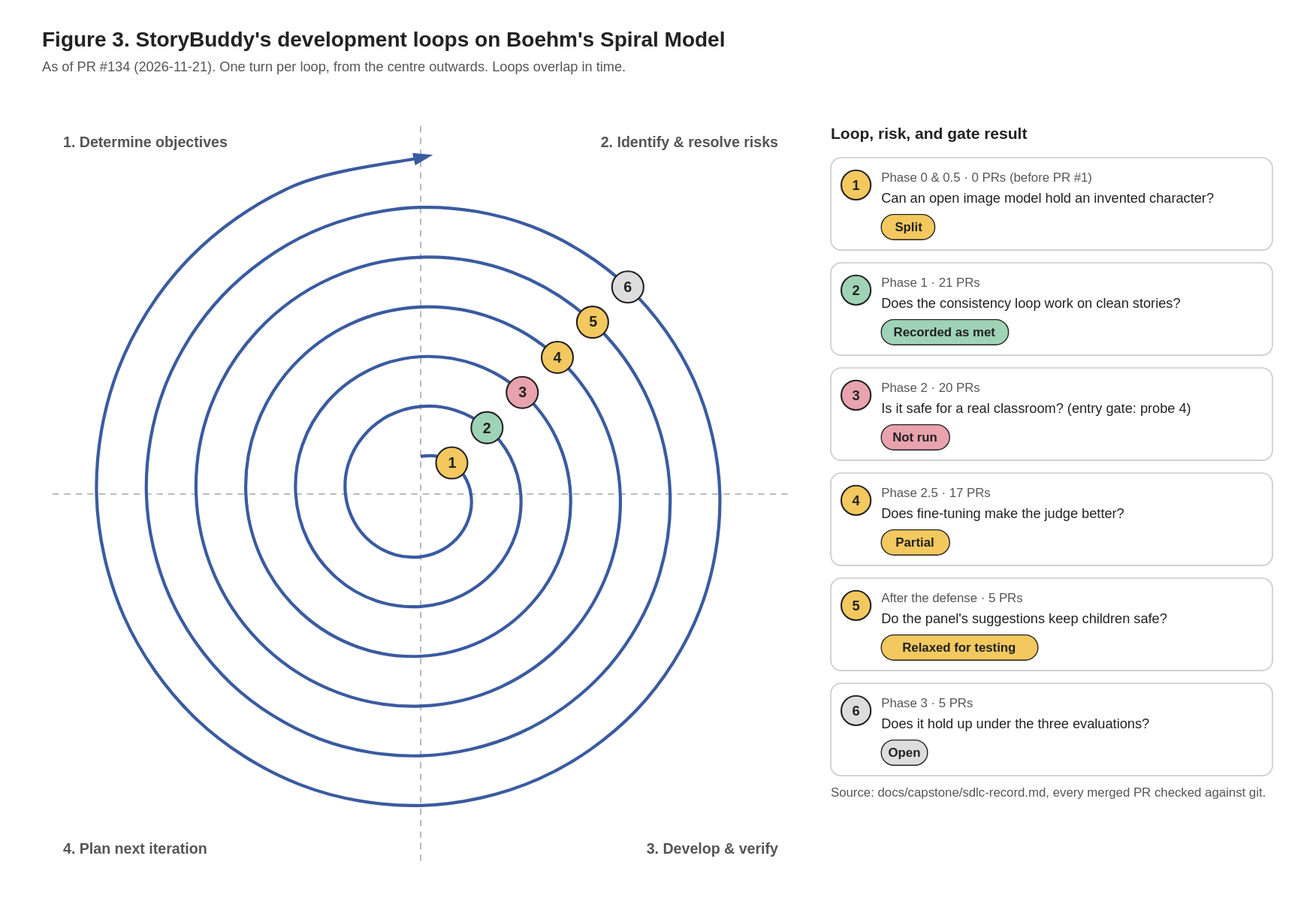
Before: docs/diagrams/drawio/sdlc_spiral.drawio.svg, a diagram exported from draw.io (Hanseooo/story-buddy). Source tidied: cells renumbered, new cells last; positions are measured from the earlier drawing's top-left corner, leaving out a move shared by most shapes. Its diagram source:
```xml
<mxGraphModel background="#ffffff">
  <root>
    <mxCell id="0" />
    <mxCell id="1" parent="0" />
    <mxCell id="2" value="&lt;b&gt;Figure 3. StoryBuddy&amp;#x27;s development loops on Boehm&amp;#x27;s Spiral Model&lt;/b&gt;&lt;br&gt;As of PR #134 (2026-11-21). One turn per loop, from the centre outwards. Loops overlap in time." style="text;html=1;fontFamily=Helvetica;strokeColor=none;fillColor=none;whiteSpace=wrap;fontSize=14;align=left;verticalAlign=top;" parent="1" vertex="1">
      <mxGeometry width="760" height="52" as="geometry" />
    </mxCell>
    <mxCell id="3" style="endArrow=none;dashed=1;strokeColor=#BBBBBB;strokeWidth=1.5;" parent="1" edge="1">
      <mxGeometry relative="1" as="geometry">
        <mxPoint x="10" y="446" as="sourcePoint" />
        <mxPoint x="710" y="446" as="targetPoint" />
      </mxGeometry>
    </mxCell>
    <mxCell id="4" style="endArrow=none;dashed=1;strokeColor=#BBBBBB;strokeWidth=1.5;" parent="1" edge="1">
      <mxGeometry relative="1" as="geometry">
        <mxPoint x="360" y="96" as="sourcePoint" />
        <mxPoint x="360" y="796" as="targetPoint" />
      </mxGeometry>
    </mxCell>
    <mxCell id="5" value="&lt;b&gt;1. Determine objectives&lt;/b&gt;" style="text;html=1;fontFamily=Helvetica;strokeColor=none;fillColor=none;whiteSpace=wrap;fontSize=14;fontColor=#555555;align=left;" parent="1" vertex="1">
      <mxGeometry x="20" y="100" width="240" height="22" as="geometry" />
    </mxCell>
    <mxCell id="6" value="&lt;b&gt;2. Identify &amp;amp; resolve risks&lt;/b&gt;" style="text;html=1;fontFamily=Helvetica;strokeColor=none;fillColor=none;whiteSpace=wrap;fontSize=14;fontColor=#555555;align=right;" parent="1" vertex="1">
      <mxGeometry x="460" y="100" width="240" height="22" as="geometry" />
    </mxCell>
    <mxCell id="7" value="&lt;b&gt;3. Develop &amp;amp; verify&lt;/b&gt;" style="text;html=1;fontFamily=Helvetica;strokeColor=none;fillColor=none;whiteSpace=wrap;fontSize=14;fontColor=#555555;align=right;" parent="1" vertex="1">
      <mxGeometry x="460" y="772" width="240" height="22" as="geometry" />
    </mxCell>
    <mxCell id="8" value="&lt;b&gt;4. Plan next iteration&lt;/b&gt;" style="text;html=1;fontFamily=Helvetica;strokeColor=none;fillColor=none;whiteSpace=wrap;fontSize=14;fontColor=#555555;align=left;" parent="1" vertex="1">
      <mxGeometry x="20" y="772" width="240" height="22" as="geometry" />
    </mxCell>
    <mxCell id="9" style="curved=1;endArrow=block;endFill=1;strokeColor=#3A5BA0;strokeWidth=3;" parent="1" edge="1">
      <mxGeometry relative="1" as="geometry">
        <mxPoint x="360" y="410" as="sourcePoint" />
        <mxPoint x="360" y="126" as="targetPoint" />
        <Array as="points">
          <mxPoint x="375" y="410" />
          <mxPoint x="390" y="416" />
          <mxPoint x="401" y="429" />
          <mxPoint x="408" y="446" />
          <mxPoint x="407" y="465" />
          <mxPoint x="398" y="484" />
          <mxPoint x="382" y="498" />
          <mxPoint x="360" y="506" />
          <mxPoint x="336" y="504" />
          <mxPoint x="314" y="492" />
          <mxPoint x="297" y="472" />
          <mxPoint x="288" y="446" />
          <mxPoint x="291" y="418" />
          <mxPoint x="305" y="391" />
          <mxPoint x="329" y="372" />
          <mxPoint x="360" y="363" />
          <mxPoint x="393" y="366" />
          <mxPoint x="423" y="383" />
          <mxPoint x="445" y="411" />
          <mxPoint x="455" y="446" />
          <mxPoint x="451" y="484" />
          <mxPoint x="431" y="517" />
          <mxPoint x="400" y="542" />
          <mxPoint x="360" y="553" />
          <mxPoint x="318" y="548" />
          <mxPoint x="280" y="526" />
          <mxPoint x="253" y="490" />
          <mxPoint x="241" y="446" />
          <mxPoint x="247" y="399" />
          <mxPoint x="272" y="358" />
          <mxPoint x="311" y="328" />
          <mxPoint x="360" y="315" />
          <mxPoint x="411" y="323" />
          <mxPoint x="457" y="349" />
          <mxPoint x="489" y="393" />
          <mxPoint x="502" y="446" />
          <mxPoint x="494" y="502" />
          <mxPoint x="465" y="551" />
          <mxPoint x="418" y="586" />
          <mxPoint x="360" y="600" />
          <mxPoint x="300" y="591" />
          <mxPoint x="247" y="559" />
          <mxPoint x="209" y="508" />
          <mxPoint x="194" y="446" />
          <mxPoint x="204" y="381" />
          <mxPoint x="238" y="324" />
          <mxPoint x="293" y="284" />
          <mxPoint x="360" y="268" />
          <mxPoint x="429" y="279" />
          <mxPoint x="490" y="316" />
          <mxPoint x="533" y="374" />
          <mxPoint x="550" y="446" />
          <mxPoint x="538" y="520" />
          <mxPoint x="498" y="584" />
          <mxPoint x="436" y="630" />
          <mxPoint x="360" y="648" />
          <mxPoint x="282" y="635" />
          <mxPoint x="213" y="593" />
          <mxPoint x="165" y="527" />
          <mxPoint x="146" y="446" />
          <mxPoint x="160" y="363" />
          <mxPoint x="205" y="291" />
          <mxPoint x="275" y="241" />
          <mxPoint x="360" y="221" />
          <mxPoint x="447" y="235" />
          <mxPoint x="524" y="282" />
          <mxPoint x="576" y="356" />
          <mxPoint x="597" y="446" />
          <mxPoint x="582" y="538" />
          <mxPoint x="532" y="618" />
          <mxPoint x="454" y="673" />
          <mxPoint x="360" y="695" />
          <mxPoint x="264" y="679" />
          <mxPoint x="180" y="626" />
          <mxPoint x="122" y="545" />
          <mxPoint x="99" y="446" />
          <mxPoint x="116" y="345" />
          <mxPoint x="171" y="257" />
          <mxPoint x="257" y="197" />
          <mxPoint x="360" y="173" />
          <mxPoint x="465" y="191" />
          <mxPoint x="557" y="249" />
          <mxPoint x="620" y="338" />
          <mxPoint x="644" y="446" />
          <mxPoint x="626" y="556" />
          <mxPoint x="565" y="651" />
          <mxPoint x="472" y="717" />
          <mxPoint x="360" y="742" />
          <mxPoint x="245" y="723" />
          <mxPoint x="146" y="660" />
          <mxPoint x="78" y="563" />
          <mxPoint x="52" y="446" />
          <mxPoint x="73" y="327" />
          <mxPoint x="138" y="224" />
          <mxPoint x="239" y="153" />
        </Array>
      </mxGeometry>
    </mxCell>
    <mxCell id="10" value="&lt;b&gt;1&lt;/b&gt;" style="ellipse;html=1;fontFamily=Helvetica;fontSize=14;fillColor=#F2C85F;strokeColor=#222222;strokeWidth=1.5;" parent="1" vertex="1">
      <mxGeometry x="375" y="401" width="30" height="30" as="geometry" />
    </mxCell>
    <mxCell id="11" value="&lt;b&gt;2&lt;/b&gt;" style="ellipse;html=1;fontFamily=Helvetica;fontSize=14;fillColor=#9FD3B6;strokeColor=#222222;strokeWidth=1.5;" parent="1" vertex="1">
      <mxGeometry x="408" y="368" width="30" height="30" as="geometry" />
    </mxCell>
    <mxCell id="12" value="&lt;b&gt;3&lt;/b&gt;" style="ellipse;html=1;fontFamily=Helvetica;fontSize=14;fillColor=#E8A3AE;strokeColor=#222222;strokeWidth=1.5;" parent="1" vertex="1">
      <mxGeometry x="442" y="334" width="30" height="30" as="geometry" />
    </mxCell>
    <mxCell id="13" value="&lt;b&gt;4&lt;/b&gt;" style="ellipse;html=1;fontFamily=Helvetica;fontSize=14;fillColor=#F2C85F;strokeColor=#222222;strokeWidth=1.5;" parent="1" vertex="1">
      <mxGeometry x="475" y="301" width="30" height="30" as="geometry" />
    </mxCell>
    <mxCell id="14" value="&lt;b&gt;5&lt;/b&gt;" style="ellipse;html=1;fontFamily=Helvetica;fontSize=14;fillColor=#F2C85F;strokeColor=#222222;strokeWidth=1.5;" parent="1" vertex="1">
      <mxGeometry x="509" y="267" width="30" height="30" as="geometry" />
    </mxCell>
    <mxCell id="15" value="&lt;b&gt;6&lt;/b&gt;" style="ellipse;html=1;fontFamily=Helvetica;fontSize=14;fillColor=#DDDDDD;strokeColor=#222222;strokeWidth=1.5;" parent="1" vertex="1">
      <mxGeometry x="542" y="234" width="30" height="30" as="geometry" />
    </mxCell>
    <mxCell id="16" value="&lt;b&gt;Loop, risk, and gate result&lt;/b&gt;" style="text;html=1;fontFamily=Helvetica;strokeColor=none;fillColor=none;whiteSpace=wrap;fontSize=15;align=left;" parent="1" vertex="1">
      <mxGeometry x="750" y="90" width="420" height="24" as="geometry" />
    </mxCell>
    <mxCell id="17" value="&lt;b&gt;1&lt;/b&gt; &amp;nbsp;&lt;font color=&quot;#555555&quot;&gt;Phase 0 &amp;amp; 0.5 · 0 PRs (before PR #1)&lt;/font&gt;&lt;br&gt;Can an open image model hold an invented character?&lt;br&gt;&lt;b&gt;Gate: Split&lt;/b&gt;" style="rounded=1;arcSize=10;html=1;whiteSpace=wrap;fontFamily=Helvetica;fontSize=13;align=left;verticalAlign=top;spacingLeft=10;spacingTop=6;fillColor=#FFFFFF;strokeColor=#CCCCCC;" parent="1" vertex="1">
      <mxGeometry x="750" y="126" width="420" height="88" as="geometry" />
    </mxCell>
    <mxCell id="18" value="&lt;b&gt;2&lt;/b&gt; &amp;nbsp;&lt;font color=&quot;#555555&quot;&gt;Phase 1 · 21 PRs&lt;/font&gt;&lt;br&gt;Does the consistency loop work on clean stories?&lt;br&gt;&lt;b&gt;Gate: Recorded as met&lt;/b&gt;" style="rounded=1;arcSize=10;html=1;whiteSpace=wrap;fontFamily=Helvetica;fontSize=13;align=left;verticalAlign=top;spacingLeft=10;spacingTop=6;fillColor=#FFFFFF;strokeColor=#CCCCCC;" parent="1" vertex="1">
      <mxGeometry x="750" y="226" width="420" height="88" as="geometry" />
    </mxCell>
    <mxCell id="19" value="&lt;b&gt;3&lt;/b&gt; &amp;nbsp;&lt;font color=&quot;#555555&quot;&gt;Phase 2 · 20 PRs&lt;/font&gt;&lt;br&gt;Is it safe for a real classroom? (entry gate: probe 4)&lt;br&gt;&lt;b&gt;Gate: Not run&lt;/b&gt;" style="rounded=1;arcSize=10;html=1;whiteSpace=wrap;fontFamily=Helvetica;fontSize=13;align=left;verticalAlign=top;spacingLeft=10;spacingTop=6;fillColor=#FFFFFF;strokeColor=#CCCCCC;" parent="1" vertex="1">
      <mxGeometry x="750" y="326" width="420" height="88" as="geometry" />
    </mxCell>
    <mxCell id="20" value="&lt;b&gt;4&lt;/b&gt; &amp;nbsp;&lt;font color=&quot;#555555&quot;&gt;Phase 2.5 · 17 PRs&lt;/font&gt;&lt;br&gt;Does fine-tuning make the judge better?&lt;br&gt;&lt;b&gt;Gate: Partial&lt;/b&gt;" style="rounded=1;arcSize=10;html=1;whiteSpace=wrap;fontFamily=Helvetica;fontSize=13;align=left;verticalAlign=top;spacingLeft=10;spacingTop=6;fillColor=#FFFFFF;strokeColor=#CCCCCC;" parent="1" vertex="1">
      <mxGeometry x="750" y="426" width="420" height="88" as="geometry" />
    </mxCell>
    <mxCell id="21" value="&lt;b&gt;5&lt;/b&gt; &amp;nbsp;&lt;font color=&quot;#555555&quot;&gt;After the defense · 5 PRs&lt;/font&gt;&lt;br&gt;Do the panel&amp;#x27;s suggestions keep children safe?&lt;br&gt;&lt;b&gt;Gate: Relaxed for testing&lt;/b&gt;" style="rounded=1;arcSize=10;html=1;whiteSpace=wrap;fontFamily=Helvetica;fontSize=13;align=left;verticalAlign=top;spacingLeft=10;spacingTop=6;fillColor=#FFFFFF;strokeColor=#CCCCCC;" parent="1" vertex="1">
      <mxGeometry x="750" y="526" width="420" height="88" as="geometry" />
    </mxCell>
    <mxCell id="22" value="&lt;b&gt;6&lt;/b&gt; &amp;nbsp;&lt;font color=&quot;#555555&quot;&gt;Phase 3 · 5 PRs&lt;/font&gt;&lt;br&gt;Does it hold up under the three evaluations?&lt;br&gt;&lt;b&gt;Gate: Open&lt;/b&gt;" style="rounded=1;arcSize=10;html=1;whiteSpace=wrap;fontFamily=Helvetica;fontSize=13;align=left;verticalAlign=top;spacingLeft=10;spacingTop=6;fillColor=#FFFFFF;strokeColor=#CCCCCC;" parent="1" vertex="1">
      <mxGeometry x="750" y="626" width="420" height="88" as="geometry" />
    </mxCell>
    <mxCell id="23" value="Source: docs/capstone/sdlc-record.md, every merged PR checked against git." style="text;html=1;fontFamily=Helvetica;strokeColor=none;fillColor=none;whiteSpace=wrap;fontSize=12;fontColor=#555555;align=left;" parent="1" vertex="1">
      <mxGeometry x="750" y="718" width="440" height="22" as="geometry" />
    </mxCell>
  </root>
</mxGraphModel>
```
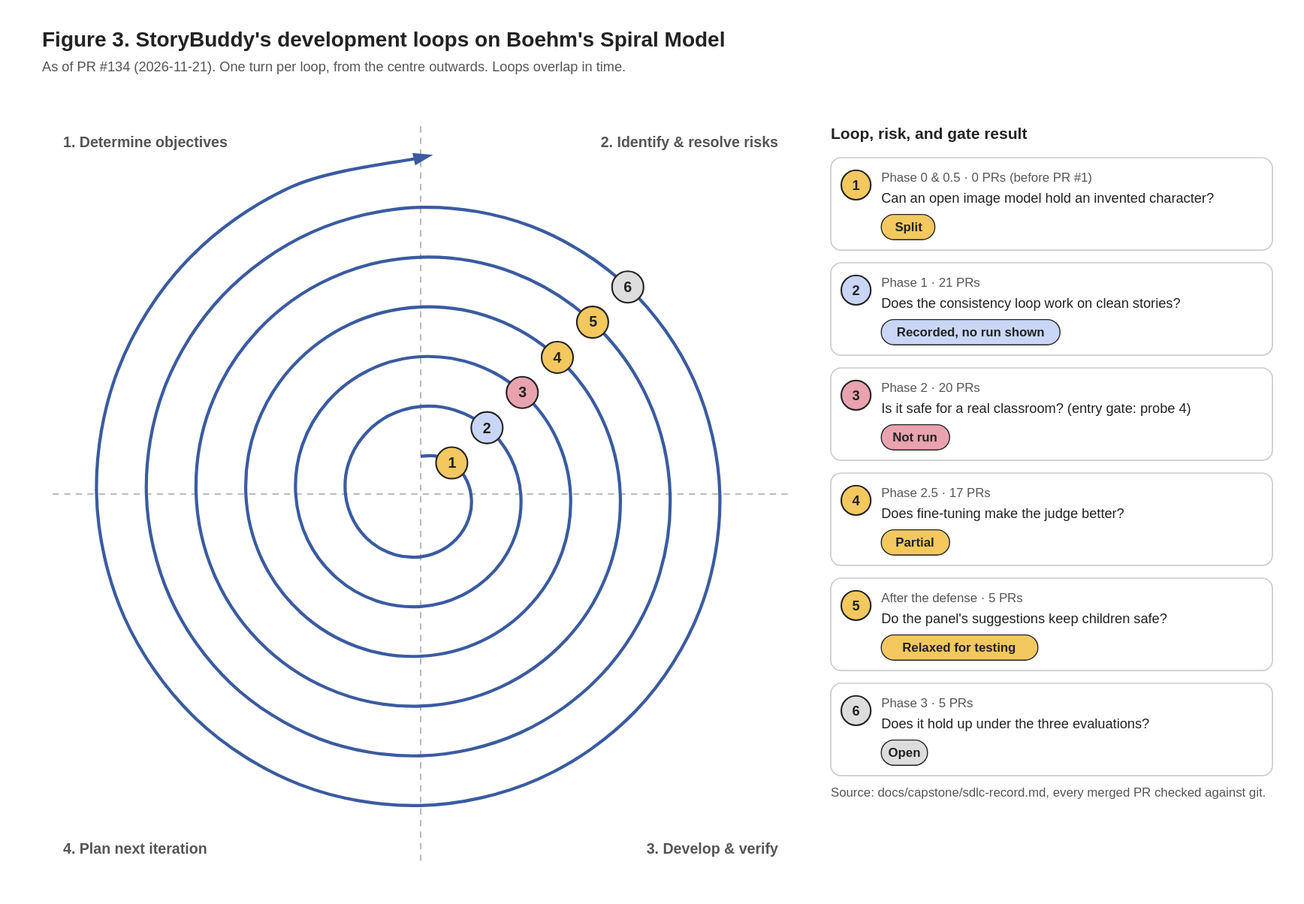
Above is the later version.

Commit message:
fix: review findings for the SDLC section

The edit, as a diff of the source:
```diff
@@ -135,7 +135,7 @@
     <mxCell id="10" value="&lt;b&gt;1&lt;/b&gt;" style="ellipse;html=1;fontFamily=Helvetica;fontSize=14;fillColor=#F2C85F;strokeColor=#222222;strokeWidth=1.5;" parent="1" vertex="1">
       <mxGeometry x="375" y="401" width="30" height="30" as="geometry" />
     </mxCell>
-    <mxCell id="11" value="&lt;b&gt;2&lt;/b&gt;" style="ellipse;html=1;fontFamily=Helvetica;fontSize=14;fillColor=#9FD3B6;strokeColor=#222222;strokeWidth=1.5;" parent="1" vertex="1">
+    <mxCell id="11" value="&lt;b&gt;2&lt;/b&gt;" style="ellipse;html=1;fontFamily=Helvetica;fontSize=14;fillColor=#C9D6F5;strokeColor=#222222;strokeWidth=1.5;" parent="1" vertex="1">
       <mxGeometry x="408" y="368" width="30" height="30" as="geometry" />
     </mxCell>
     <mxCell id="12" value="&lt;b&gt;3&lt;/b&gt;" style="ellipse;html=1;fontFamily=Helvetica;fontSize=14;fillColor=#E8A3AE;strokeColor=#222222;strokeWidth=1.5;" parent="1" vertex="1">
@@ -156,7 +156,7 @@
     <mxCell id="17" value="&lt;b&gt;1&lt;/b&gt; &amp;nbsp;&lt;font color=&quot;#555555&quot;&gt;Phase 0 &amp;amp; 0.5 · 0 PRs (before PR #1)&lt;/font&gt;&lt;br&gt;Can an open image model hold an invented character?&lt;br&gt;&lt;b&gt;Gate: Split&lt;/b&gt;" style="rounded=1;arcSize=10;html=1;whiteSpace=wrap;fontFamily=Helvetica;fontSize=13;align=left;verticalAlign=top;spacingLeft=10;spacingTop=6;fillColor=#FFFFFF;strokeColor=#CCCCCC;" parent="1" vertex="1">
       <mxGeometry x="750" y="126" width="420" height="88" as="geometry" />
     </mxCell>
-    <mxCell id="18" value="&lt;b&gt;2&lt;/b&gt; &amp;nbsp;&lt;font color=&quot;#555555&quot;&gt;Phase 1 · 21 PRs&lt;/font&gt;&lt;br&gt;Does the consistency loop work on clean stories?&lt;br&gt;&lt;b&gt;Gate: Recorded as met&lt;/b&gt;" style="rounded=1;arcSize=10;html=1;whiteSpace=wrap;fontFamily=Helvetica;fontSize=13;align=left;verticalAlign=top;spacingLeft=10;spacingTop=6;fillColor=#FFFFFF;strokeColor=#CCCCCC;" parent="1" vertex="1">
+    <mxCell id="18" value="&lt;b&gt;2&lt;/b&gt; &amp;nbsp;&lt;font color=&quot;#555555&quot;&gt;Phase 1 · 21 PRs&lt;/font&gt;&lt;br&gt;Does the consistency loop work on clean stories?&lt;br&gt;&lt;b&gt;Gate: Recorded, no run shown&lt;/b&gt;" style="rounded=1;arcSize=10;html=1;whiteSpace=wrap;fontFamily=Helvetica;fontSize=13;align=left;verticalAlign=top;spacingLeft=10;spacingTop=6;fillColor=#FFFFFF;strokeColor=#CCCCCC;" parent="1" vertex="1">
       <mxGeometry x="750" y="226" width="420" height="88" as="geometry" />
     </mxCell>
     <mxCell id="19" value="&lt;b&gt;3&lt;/b&gt; &amp;nbsp;&lt;font color=&quot;#555555&quot;&gt;Phase 2 · 20 PRs&lt;/font&gt;&lt;br&gt;Is it safe for a real classroom? (entry gate: probe 4)&lt;br&gt;&lt;b&gt;Gate: Not run&lt;/b&gt;" style="rounded=1;arcSize=10;html=1;whiteSpace=wrap;fontFamily=Helvetica;fontSize=13;align=left;verticalAlign=top;spacingLeft=10;spacingTop=6;fillColor=#FFFFFF;strokeColor=#CCCCCC;" parent="1" vertex="1">
```
